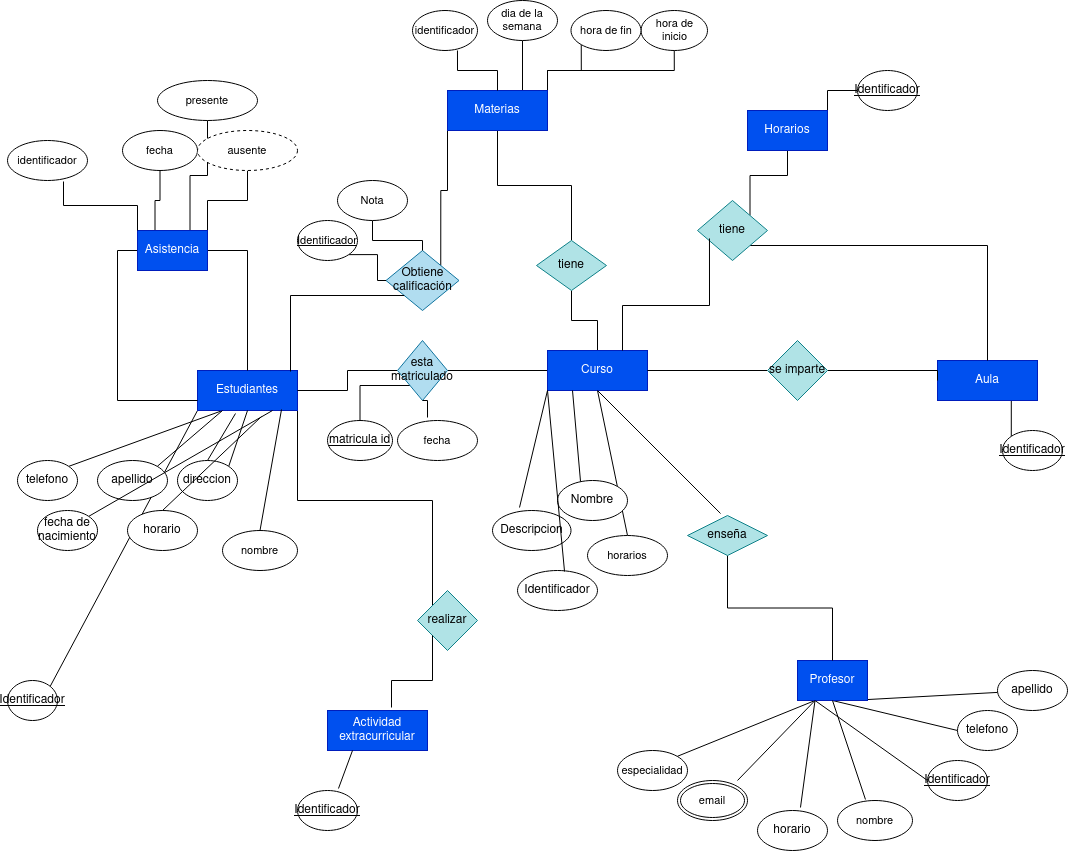
Before: Unidad-1/Tareas/Tareas entregables - Tarea 1/Tarea entregable - 1.drawio.png, a diagram exported from draw.io (CRhernandez1/base-datos). Source tidied: cells renumbered, new cells last; positions are measured from the earlier drawing's top-left corner, leaving out a move shared by most shapes.
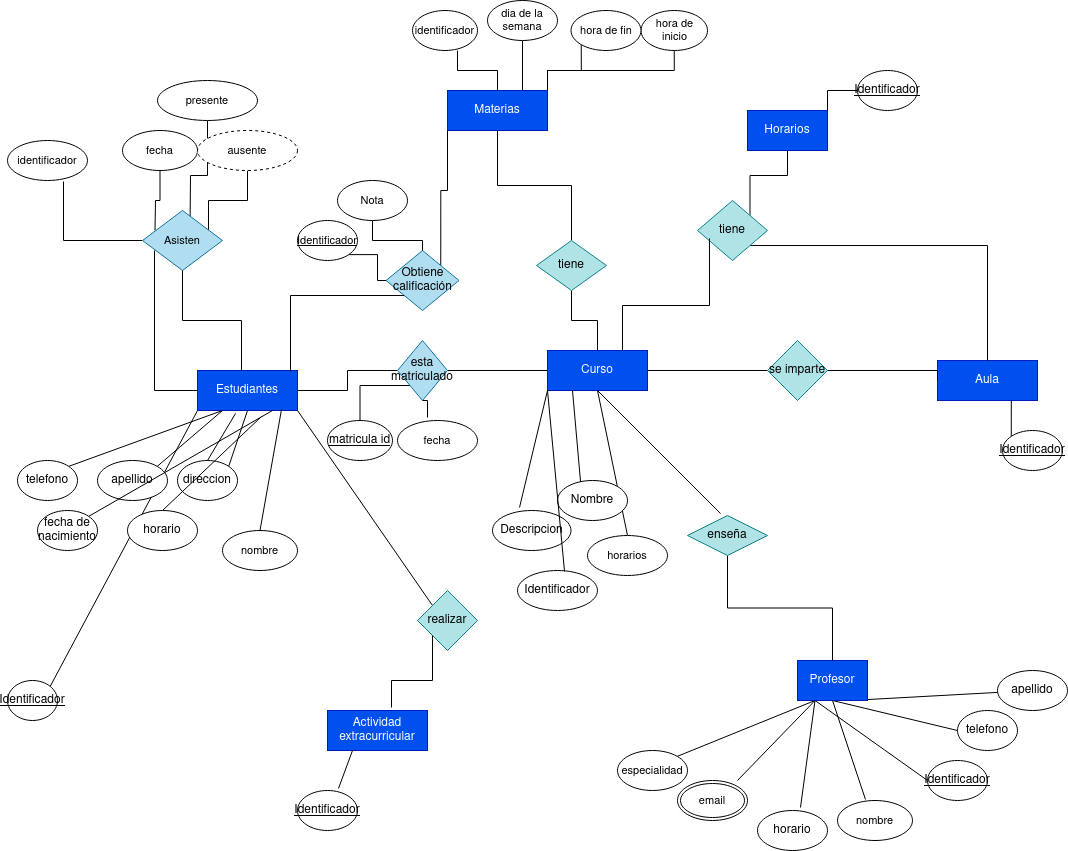
The same diagram one commit later.

What changed in the source:
```diff
@@ -20,7 +20,7 @@
     <mxCell id="7" style="shape=connector;rounded=0;jettySize=auto;html=1;exitX=0.25;exitY=1;exitDx=0;exitDy=0;entryX=1;entryY=0;entryDx=0;entryDy=0;labelBackgroundColor=default;strokeColor=default;align=center;verticalAlign=middle;fontFamily=Helvetica;fontSize=11;fontColor=default;endArrow=none;endFill=0;" parent="1" edge="1" source="9" target="58">
       <mxGeometry relative="1" as="geometry" />
     </mxCell>
-    <mxCell id="8" style="edgeStyle=orthogonalEdgeStyle;shape=connector;rounded=0;jettySize=auto;html=1;exitX=1;exitY=1;exitDx=0;exitDy=0;entryX=0;entryY=0;entryDx=0;entryDy=0;labelBackgroundColor=default;strokeColor=default;align=center;verticalAlign=middle;fontFamily=Helvetica;fontSize=11;fontColor=default;endArrow=none;endFill=0;" parent="1" edge="1" source="9" target="46">
+    <mxCell id="8" style="shape=connector;rounded=0;jettySize=auto;html=1;exitX=1;exitY=1;exitDx=0;exitDy=0;entryX=0;entryY=0;entryDx=0;entryDy=0;labelBackgroundColor=default;strokeColor=default;align=center;verticalAlign=middle;fontFamily=Helvetica;fontSize=11;fontColor=default;endArrow=none;endFill=0;" parent="1" edge="1" source="9" target="46">
       <mxGeometry relative="1" as="geometry" />
     </mxCell>
     <mxCell id="9" value="Estudiantes" style="whiteSpace=wrap;html=1;align=center;fillColor=#0050ef;strokeColor=#001DBC;fontColor=#ffffff;" parent="1" vertex="1">
@@ -117,29 +117,26 @@
     <mxCell id="38" style="edgeStyle=orthogonalEdgeStyle;rounded=0;jettySize=auto;html=1;exitX=0.75;exitY=0;exitDx=0;exitDy=0;entryX=0.171;entryY=0.633;entryDx=0;entryDy=0;entryPerimeter=0;endArrow=none;endFill=0;" parent="1" edge="1" source="5" target="34">
       <mxGeometry relative="1" as="geometry" />
     </mxCell>
-    <mxCell id="39" style="edgeStyle=orthogonalEdgeStyle;rounded=0;jettySize=auto;html=1;exitX=0;exitY=0.5;exitDx=0;exitDy=0;entryX=0;entryY=0.75;entryDx=0;entryDy=0;endArrow=none;endFill=0;" parent="1" edge="1" source="44" target="9">
-      <mxGeometry relative="1" as="geometry" />
-    </mxCell>
-    <mxCell id="40" style="edgeStyle=orthogonalEdgeStyle;rounded=0;jettySize=auto;html=1;exitX=1;exitY=0.75;exitDx=0;exitDy=0;entryX=0.5;entryY=0;entryDx=0;entryDy=0;endArrow=none;endFill=0;" parent="1" edge="1" source="44" target="9">
-      <mxGeometry relative="1" as="geometry">
-        <Array as="points">
-          <mxPoint x="200" y="250" />
-          <mxPoint x="240" y="250" />
-        </Array>
-      </mxGeometry>
-    </mxCell>
-    <mxCell id="41" style="edgeStyle=orthogonalEdgeStyle;shape=connector;rounded=0;jettySize=auto;html=1;exitX=0.25;exitY=0;exitDx=0;exitDy=0;entryX=0.5;entryY=1;entryDx=0;entryDy=0;labelBackgroundColor=default;strokeColor=default;align=center;verticalAlign=middle;fontFamily=Helvetica;fontSize=11;fontColor=default;endArrow=none;endFill=0;" parent="1" edge="1" source="44" target="83">
-      <mxGeometry relative="1" as="geometry" />
+    <mxCell id="41" style="edgeStyle=orthogonalEdgeStyle;shape=connector;rounded=0;jettySize=auto;html=1;exitX=0.25;exitY=0;exitDx=0;exitDy=0;entryX=0.5;entryY=1;entryDx=0;entryDy=0;labelBackgroundColor=default;strokeColor=default;align=center;verticalAlign=middle;fontFamily=Helvetica;fontSize=11;fontColor=default;endArrow=none;endFill=0;" parent="1" edge="1" target="83">
+      <mxGeometry relative="1" as="geometry">
+        <mxPoint x="147.5" y="230" as="sourcePoint" />
+      </mxGeometry>
     </mxCell>
-    <mxCell id="42" style="edgeStyle=orthogonalEdgeStyle;shape=connector;rounded=0;jettySize=auto;html=1;exitX=0.75;exitY=0;exitDx=0;exitDy=0;labelBackgroundColor=default;strokeColor=default;align=center;verticalAlign=middle;fontFamily=Helvetica;fontSize=11;fontColor=default;endArrow=none;endFill=0;" parent="1" edge="1" source="44" target="86">
-      <mxGeometry relative="1" as="geometry" />
+    <mxCell id="42" style="edgeStyle=orthogonalEdgeStyle;shape=connector;rounded=0;jettySize=auto;html=1;exitX=0.75;exitY=0;exitDx=0;exitDy=0;labelBackgroundColor=default;strokeColor=default;align=center;verticalAlign=middle;fontFamily=Helvetica;fontSize=11;fontColor=default;endArrow=none;endFill=0;" parent="1" edge="1" target="86">
+      <mxGeometry relative="1" as="geometry">
+        <mxPoint x="182.5" y="230" as="sourcePoint" />
+      </mxGeometry>
     </mxCell>
-    <mxCell id="43" style="edgeStyle=orthogonalEdgeStyle;shape=connector;rounded=0;jettySize=auto;html=1;exitX=1;exitY=0;exitDx=0;exitDy=0;labelBackgroundColor=default;strokeColor=default;align=center;verticalAlign=middle;fontFamily=Helvetica;fontSize=11;fontColor=default;endArrow=none;endFill=0;" parent="1" edge="1" source="44" target="87">
-      <mxGeometry relative="1" as="geometry" />
+    <mxCell id="43" style="edgeStyle=orthogonalEdgeStyle;shape=connector;rounded=0;jettySize=auto;html=1;exitX=1;exitY=0;exitDx=0;exitDy=0;labelBackgroundColor=default;strokeColor=default;align=center;verticalAlign=middle;fontFamily=Helvetica;fontSize=11;fontColor=default;endArrow=none;endFill=0;" parent="1" edge="1" target="87">
+      <mxGeometry relative="1" as="geometry">
+        <mxPoint x="200" y="230" as="sourcePoint" />
+        <Array as="points">
+          <mxPoint x="201" y="230" />
+          <mxPoint x="201" y="200" />
+          <mxPoint x="240" y="200" />
+        </Array>
+      </mxGeometry>
     </mxCell>
-    <mxCell id="44" value="Asistencia" style="whiteSpace=wrap;html=1;align=center;fillColor=#0050ef;strokeColor=#001DBC;fontColor=#ffffff;" parent="1" vertex="1">
-      <mxGeometry x="130" y="230" width="70" height="40" as="geometry" />
-    </mxCell>
     <mxCell id="45" value="Actividad extracurricular" style="whiteSpace=wrap;html=1;align=center;fillColor=#0050ef;strokeColor=#001DBC;fontColor=#ffffff;" parent="1" vertex="1">
       <mxGeometry x="320" y="710" width="100" height="40" as="geometry" />
     </mxCell>
@@ -260,7 +257,7 @@
     <mxCell id="84" value="identificador" style="ellipse;whiteSpace=wrap;html=1;align=center;fontFamily=Helvetica;fontSize=11;fontColor=default;" parent="1" vertex="1">
       <mxGeometry y="140" width="80" height="40" as="geometry" />
     </mxCell>
-    <mxCell id="85" style="edgeStyle=orthogonalEdgeStyle;shape=connector;rounded=0;jettySize=auto;html=1;exitX=0;exitY=0;exitDx=0;exitDy=0;entryX=0.7;entryY=1.025;entryDx=0;entryDy=0;entryPerimeter=0;labelBackgroundColor=default;strokeColor=default;align=center;verticalAlign=middle;fontFamily=Helvetica;fontSize=11;fontColor=default;endArrow=none;endFill=0;" parent="1" edge="1" source="44" target="84">
+    <mxCell id="85" style="edgeStyle=orthogonalEdgeStyle;shape=connector;rounded=0;jettySize=auto;html=1;exitX=0;exitY=0.5;exitDx=0;exitDy=0;entryX=0.7;entryY=1.025;entryDx=0;entryDy=0;entryPerimeter=0;labelBackgroundColor=default;strokeColor=default;align=center;verticalAlign=middle;fontFamily=Helvetica;fontSize=11;fontColor=default;endArrow=none;endFill=0;" parent="1" edge="1" source="101" target="84">
       <mxGeometry relative="1" as="geometry" />
     </mxCell>
     <mxCell id="86" value="presente" style="ellipse;whiteSpace=wrap;html=1;align=center;fontFamily=Helvetica;fontSize=11;fontColor=default;" parent="1" vertex="1">
@@ -308,5 +305,14 @@
     <mxCell id="100" value="Identificador" style="ellipse;whiteSpace=wrap;html=1;align=center;fontStyle=4;" parent="1" vertex="1">
       <mxGeometry x="850" y="70" width="60" height="40" as="geometry" />
     </mxCell>
+    <mxCell id="101" value="Asisten" style="shape=rhombus;perimeter=rhombusPerimeter;whiteSpace=wrap;html=1;align=center;fontFamily=Helvetica;fontSize=11;fillColor=#b1ddf0;strokeColor=#10739e;" parent="1" vertex="1">
+      <mxGeometry x="135" y="210" width="80" height="60" as="geometry" />
+    </mxCell>
+    <mxCell id="102" style="edgeStyle=orthogonalEdgeStyle;shape=connector;rounded=0;jettySize=auto;html=1;exitX=0;exitY=0.5;exitDx=0;exitDy=0;entryX=0.15;entryY=0.667;entryDx=0;entryDy=0;entryPerimeter=0;labelBackgroundColor=default;strokeColor=default;align=center;verticalAlign=middle;fontFamily=Helvetica;fontSize=11;fontColor=default;endArrow=none;endFill=0;" parent="1" edge="1" source="9" target="101">
+      <mxGeometry relative="1" as="geometry" />
+    </mxCell>
+    <mxCell id="103" style="edgeStyle=orthogonalEdgeStyle;shape=connector;rounded=0;jettySize=auto;html=1;exitX=0.5;exitY=1;exitDx=0;exitDy=0;entryX=0.44;entryY=0;entryDx=0;entryDy=0;entryPerimeter=0;labelBackgroundColor=default;strokeColor=default;align=center;verticalAlign=middle;fontFamily=Helvetica;fontSize=11;fontColor=default;endArrow=none;endFill=0;" parent="1" edge="1" source="101" target="9">
+      <mxGeometry relative="1" as="geometry" />
+    </mxCell>
   </root>
 </mxGraphModel>
```
